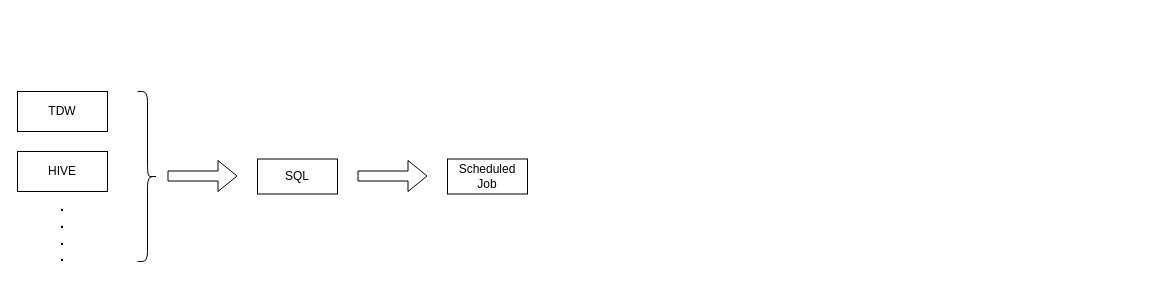
Earlier version of the draw.io diagram widetable_backflow.drawio (learn2Pro/draw_io_save). Source tidied: cells renumbered, new cells numbered last; positions are measured from the earlier drawing's top-left corner, leaving out a move shared by most shapes. Both pictures are drawn from the tidied source at 100%, with x=0, y=0 at pixel (17, 91).
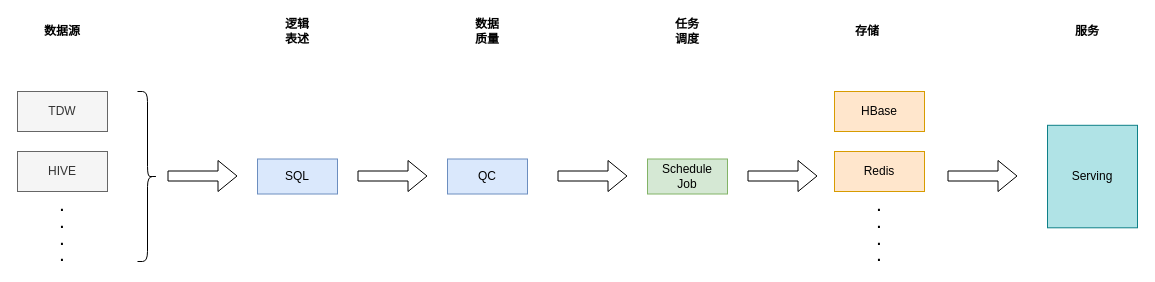
After the change.

What changed in the source:
```diff
@@
-    <mxCell id="2" value="TDW" style="rounded=0;whiteSpace=wrap;html=1;" parent="1" vertex="1">
+    <mxCell id="2" value="TDW" style="rounded=0;whiteSpace=wrap;html=1;fillColor=#f5f5f5;strokeColor=#666666;fontColor=#333333;" parent="1" vertex="1">
       <mxGeometry width="90" height="40" as="geometry" />
     </mxCell>
-    <mxCell id="3" value="HIVE" style="rounded=0;whiteSpace=wrap;html=1;" parent="1" vertex="1">
+    <mxCell id="3" value="HIVE" style="rounded=0;whiteSpace=wrap;html=1;fillColor=#f5f5f5;strokeColor=#666666;fontColor=#333333;" parent="1" vertex="1">
       <mxGeometry y="60" width="90" height="40" as="geometry" />
     </mxCell>
@@
-    <mxCell id="7" value="SQL" style="rounded=0;whiteSpace=wrap;html=1;" parent="1" vertex="1">
+    <mxCell id="7" value="SQL" style="rounded=0;whiteSpace=wrap;html=1;fillColor=#dae8fc;strokeColor=#6c8ebf;" parent="1" vertex="1">
       <mxGeometry x="240" y="67.5" width="80" height="35" as="geometry" />
     </mxCell>
@@
-    <mxCell id="9" value="Scheduled&lt;br&gt;Job" style="rounded=0;whiteSpace=wrap;html=1;" parent="1" vertex="1">
-      <mxGeometry x="430" y="67.5" width="80" height="35" as="geometry" />
+    <mxCell id="9" value="Schedule&lt;br&gt;Job" style="rounded=0;whiteSpace=wrap;html=1;fillColor=#d5e8d4;strokeColor=#82b366;" parent="1" vertex="1">
+      <mxGeometry x="630" y="67.5" width="80" height="35" as="geometry" />
     </mxCell>
+    <mxCell id="10" style="shape=flexArrow;endArrow=classic;html=1;" parent="1" edge="1">
+      <mxGeometry relative="1" as="geometry">
+        <mxPoint x="730" y="84.5" as="sourcePoint" />
+        <mxPoint x="800" y="84.5" as="targetPoint" />
+      </mxGeometry>
+    </mxCell>
+    <mxCell id="11" value="HBase" style="rounded=0;whiteSpace=wrap;html=1;fillColor=#ffe6cc;strokeColor=#d79b00;" parent="1" vertex="1">
+      <mxGeometry x="817" width="90" height="40" as="geometry" />
+    </mxCell>
+    <mxCell id="12" value="Redis" style="rounded=0;whiteSpace=wrap;html=1;fillColor=#ffe6cc;strokeColor=#d79b00;" parent="1" vertex="1">
+      <mxGeometry x="817" y="60" width="90" height="40" as="geometry" />
+    </mxCell>
+    <mxCell id="13" value="&lt;b&gt;&lt;font style=&quot;font-size: 14px&quot;&gt;.&lt;br&gt;.&lt;br&gt;.&lt;br&gt;.&lt;/font&gt;&lt;/b&gt;" style="text;html=1;strokeColor=none;fillColor=none;align=center;verticalAlign=middle;whiteSpace=wrap;rounded=0;" parent="1" vertex="1">
+      <mxGeometry x="842" y="130" width="40" height="20" as="geometry" />
+    </mxCell>
+    <mxCell id="14" style="shape=flexArrow;endArrow=classic;html=1;" parent="1" edge="1">
+      <mxGeometry relative="1" as="geometry">
+        <mxPoint x="930" y="84.5" as="sourcePoint" />
+        <mxPoint x="1000" y="84.5" as="targetPoint" />
+      </mxGeometry>
+    </mxCell>
+    <mxCell id="15" value="Serving" style="rounded=0;whiteSpace=wrap;html=1;fillColor=#b0e3e6;strokeColor=#0e8088;" parent="1" vertex="1">
+      <mxGeometry x="1030" y="33.8" width="90" height="102.5" as="geometry" />
+    </mxCell>
+    <mxCell id="16" value="数据源" style="text;html=1;strokeColor=none;fillColor=none;align=center;verticalAlign=middle;whiteSpace=wrap;rounded=0;fontStyle=1;" parent="1" vertex="1">
+      <mxGeometry x="25" y="-70" width="40" height="20" as="geometry" />
+    </mxCell>
+    <mxCell id="17" value="逻辑&lt;br&gt;表述" style="text;html=1;strokeColor=none;fillColor=none;align=center;verticalAlign=middle;whiteSpace=wrap;rounded=0;fontStyle=1;" parent="1" vertex="1">
+      <mxGeometry x="260" y="-70" width="40" height="20" as="geometry" />
+    </mxCell>
+    <mxCell id="18" value="任务&lt;br&gt;调度" style="text;html=1;strokeColor=none;fillColor=none;align=center;verticalAlign=middle;whiteSpace=wrap;rounded=0;fontStyle=1;" parent="1" vertex="1">
+      <mxGeometry x="650" y="-70" width="40" height="20" as="geometry" />
+    </mxCell>
+    <mxCell id="19" value="存储" style="text;html=1;strokeColor=none;fillColor=none;align=center;verticalAlign=middle;whiteSpace=wrap;rounded=0;fontStyle=1;" parent="1" vertex="1">
+      <mxGeometry x="830" y="-70" width="40" height="20" as="geometry" />
+    </mxCell>
+    <mxCell id="20" value="服务" style="text;html=1;strokeColor=none;fillColor=none;align=center;verticalAlign=middle;whiteSpace=wrap;rounded=0;fontStyle=1;" parent="1" vertex="1">
+      <mxGeometry x="1050" y="-70" width="40" height="20" as="geometry" />
+    </mxCell>
+    <mxCell id="21" value="QC" style="rounded=0;whiteSpace=wrap;html=1;fillColor=#dae8fc;strokeColor=#6c8ebf;" parent="1" vertex="1">
+      <mxGeometry x="430" y="67.5" width="80" height="35" as="geometry" />
+    </mxCell>
+    <mxCell id="22" style="shape=flexArrow;endArrow=classic;html=1;" parent="1" edge="1">
+      <mxGeometry relative="1" as="geometry">
+        <mxPoint x="540" y="84.5" as="sourcePoint" />
+        <mxPoint x="610" y="84.5" as="targetPoint" />
+      </mxGeometry>
+    </mxCell>
+    <mxCell id="23" value="数据&lt;br&gt;质量" style="text;html=1;strokeColor=none;fillColor=none;align=center;verticalAlign=middle;whiteSpace=wrap;rounded=0;fontStyle=1;" parent="1" vertex="1">
+      <mxGeometry x="450" y="-70" width="40" height="20" as="geometry" />
+    </mxCell>
```
